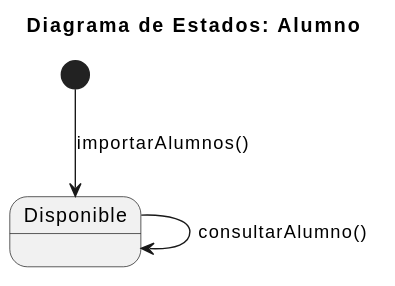
The PlantUML diagram documents/requisitado/00-modelo-del-dominio/estado-Alumno.svg in jerdier/25-26-idsw2-sdVC, before a commit.
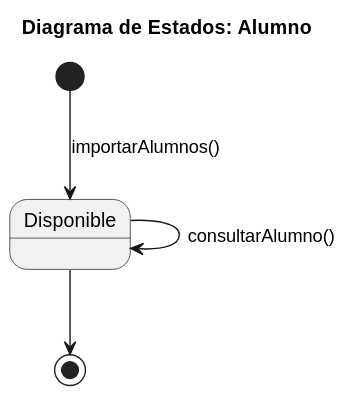
After the commit.

Diff of the diagram source:
```diff
@@ -5,4 +5,5 @@
 [*] --> Disponible : importarAlumnos()
 
 Disponible --> Disponible : consultarAlumno()
+Disponible --> [*]
 @enduml
```
